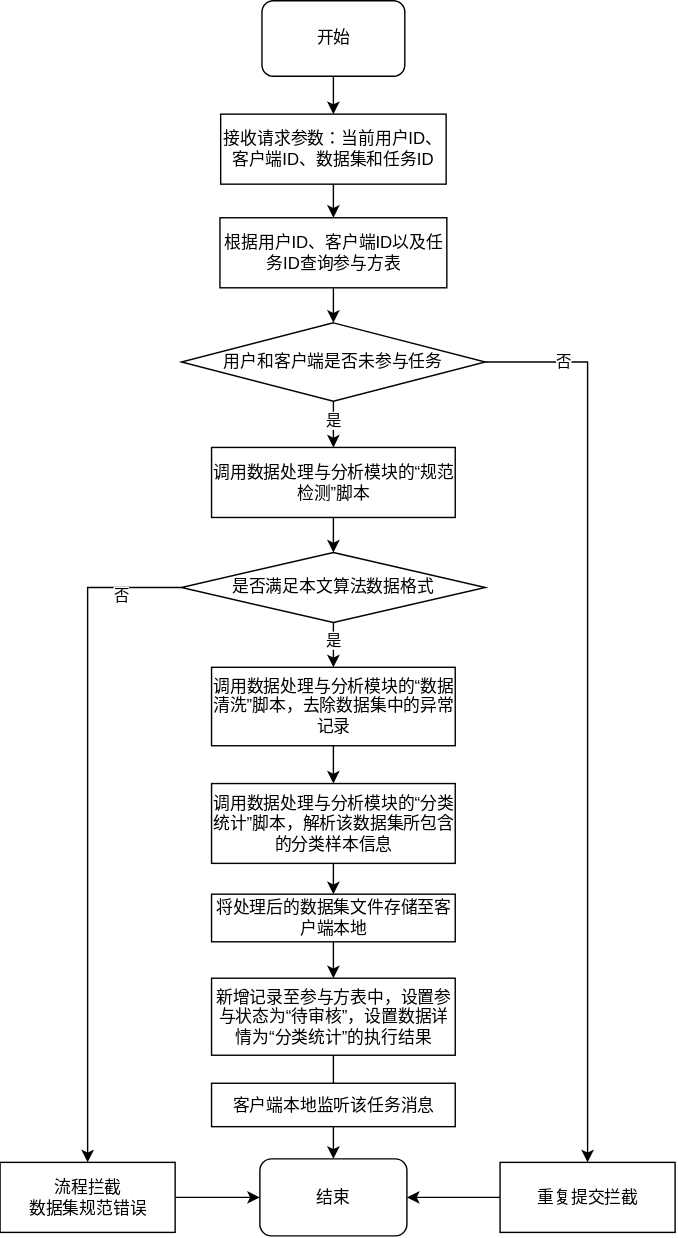
This is 任务参与申请流程图.svg from hiro942/drawio, a draw.io export, as it was before one commit. Source tidied: cells renumbered, new cells last; positions are measured from the earlier drawing's top-left corner, leaving out a move shared by most shapes.
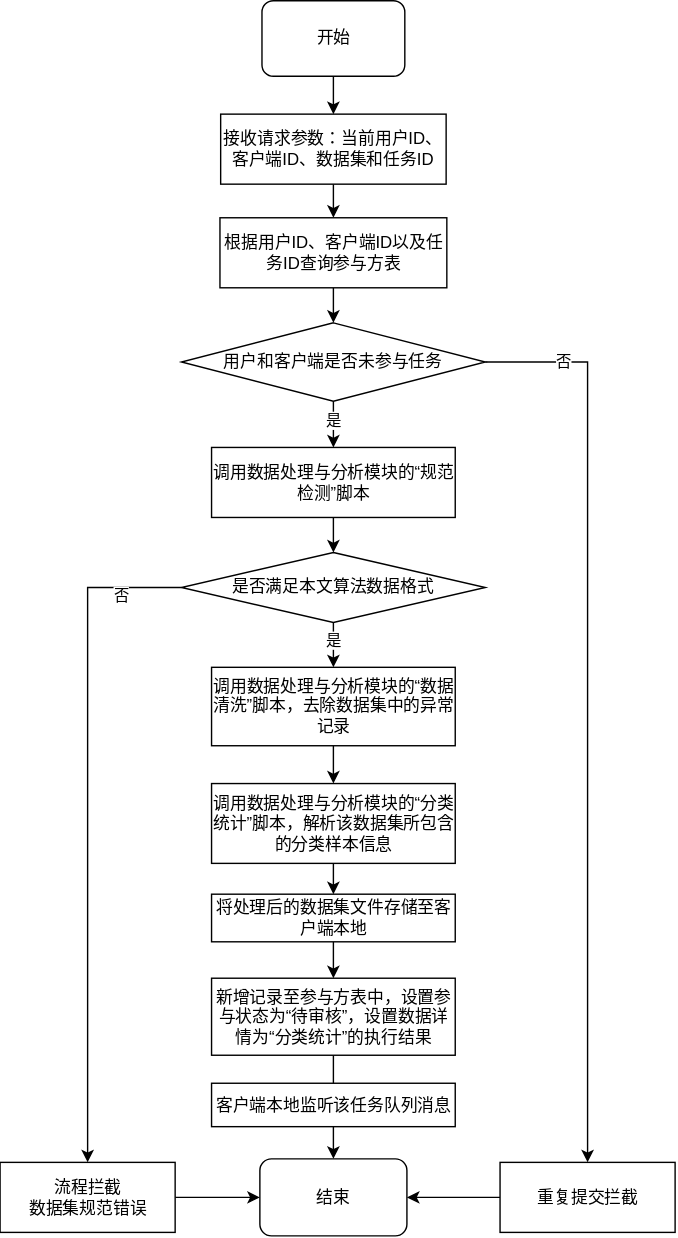
After the change.

Commit message:
更新任务参与申请流程图.svg

The edit, as a diff of the source:
```diff
@@ -103,7 +103,7 @@
     <mxCell id="32" value="&lt;div&gt;&lt;div class=&quot;old-record-id-LYtkdE1FtoSKePxL3vwcexsDnGe&quot;&gt;将处理后的数据集文件存储至客户端本地&lt;/div&gt;&lt;/div&gt;&lt;span class=&quot;lark-record-clipboard&quot; data-lark-record-data=&quot;{&amp;quot;rootId&amp;quot;:&amp;quot;FCLBd7RBto6u3Fx47O4cMPaInDf&amp;quot;,&amp;quot;text&amp;quot;:{&amp;quot;initialAttributedTexts&amp;quot;:{&amp;quot;text&amp;quot;:{&amp;quot;0&amp;quot;:&amp;quot;数据处理与分析模块的“分类统计”脚本，解析出该数据集所包含的分类样本信息，并将分类统计的结果更新至该参与方表记录中。&amp;quot;},&amp;quot;attribs&amp;quot;:{&amp;quot;0&amp;quot;:&amp;quot;*0+1m&amp;quot;}},&amp;quot;apool&amp;quot;:{&amp;quot;numToAttrib&amp;quot;:{&amp;quot;0&amp;quot;:[&amp;quot;author&amp;quot;,&amp;quot;7052668583788167170&amp;quot;]},&amp;quot;nextNum&amp;quot;:1}},&amp;quot;type&amp;quot;:&amp;quot;text&amp;quot;,&amp;quot;referenceRecordMap&amp;quot;:{},&amp;quot;extra&amp;quot;:{&amp;quot;mention_page_title&amp;quot;:{},&amp;quot;external_mention_url&amp;quot;:{}},&amp;quot;isKeepQuoteContainer&amp;quot;:false,&amp;quot;isFromCode&amp;quot;:false,&amp;quot;selection&amp;quot;:[{&amp;quot;id&amp;quot;:656,&amp;quot;type&amp;quot;:&amp;quot;text&amp;quot;,&amp;quot;selection&amp;quot;:{&amp;quot;start&amp;quot;:2,&amp;quot;end&amp;quot;:60},&amp;quot;recordId&amp;quot;:&amp;quot;LYtkdE1FtoSKePxL3vwcexsDnGe&amp;quot;}],&amp;quot;payloadMap&amp;quot;:{},&amp;quot;isCut&amp;quot;:false}&quot;&gt;&lt;/span&gt;" style="rounded=0;whiteSpace=wrap;html=1;" parent="1" vertex="1">
       <mxGeometry x="150.5" y="638" width="174" height="34" as="geometry" />
     </mxCell>
-    <mxCell id="33" value="&lt;div&gt;&lt;div class=&quot;old-record-id-LYtkdE1FtoSKePxL3vwcexsDnGe&quot;&gt;客户端本地监听该任务消息&lt;/div&gt;&lt;/div&gt;&lt;span class=&quot;lark-record-clipboard&quot; data-lark-record-data=&quot;{&amp;quot;rootId&amp;quot;:&amp;quot;FCLBd7RBto6u3Fx47O4cMPaInDf&amp;quot;,&amp;quot;text&amp;quot;:{&amp;quot;initialAttributedTexts&amp;quot;:{&amp;quot;text&amp;quot;:{&amp;quot;0&amp;quot;:&amp;quot;数据处理与分析模块的“分类统计”脚本，解析出该数据集所包含的分类样本信息，并将分类统计的结果更新至该参与方表记录中。&amp;quot;},&amp;quot;attribs&amp;quot;:{&amp;quot;0&amp;quot;:&amp;quot;*0+1m&amp;quot;}},&amp;quot;apool&amp;quot;:{&amp;quot;numToAttrib&amp;quot;:{&amp;quot;0&amp;quot;:[&amp;quot;author&amp;quot;,&amp;quot;7052668583788167170&amp;quot;]},&amp;quot;nextNum&amp;quot;:1}},&amp;quot;type&amp;quot;:&amp;quot;text&amp;quot;,&amp;quot;referenceRecordMap&amp;quot;:{},&amp;quot;extra&amp;quot;:{&amp;quot;mention_page_title&amp;quot;:{},&amp;quot;external_mention_url&amp;quot;:{}},&amp;quot;isKeepQuoteContainer&amp;quot;:false,&amp;quot;isFromCode&amp;quot;:false,&amp;quot;selection&amp;quot;:[{&amp;quot;id&amp;quot;:656,&amp;quot;type&amp;quot;:&amp;quot;text&amp;quot;,&amp;quot;selection&amp;quot;:{&amp;quot;start&amp;quot;:2,&amp;quot;end&amp;quot;:60},&amp;quot;recordId&amp;quot;:&amp;quot;LYtkdE1FtoSKePxL3vwcexsDnGe&amp;quot;}],&amp;quot;payloadMap&amp;quot;:{},&amp;quot;isCut&amp;quot;:false}&quot;&gt;&lt;/span&gt;" style="rounded=0;whiteSpace=wrap;html=1;" parent="1" vertex="1">
+    <mxCell id="33" value="&lt;div&gt;&lt;div class=&quot;old-record-id-LYtkdE1FtoSKePxL3vwcexsDnGe&quot;&gt;客户端本地监听该任务队列消息&lt;/div&gt;&lt;/div&gt;&lt;span class=&quot;lark-record-clipboard&quot; data-lark-record-data=&quot;{&amp;quot;rootId&amp;quot;:&amp;quot;FCLBd7RBto6u3Fx47O4cMPaInDf&amp;quot;,&amp;quot;text&amp;quot;:{&amp;quot;initialAttributedTexts&amp;quot;:{&amp;quot;text&amp;quot;:{&amp;quot;0&amp;quot;:&amp;quot;数据处理与分析模块的“分类统计”脚本，解析出该数据集所包含的分类样本信息，并将分类统计的结果更新至该参与方表记录中。&amp;quot;},&amp;quot;attribs&amp;quot;:{&amp;quot;0&amp;quot;:&amp;quot;*0+1m&amp;quot;}},&amp;quot;apool&amp;quot;:{&amp;quot;numToAttrib&amp;quot;:{&amp;quot;0&amp;quot;:[&amp;quot;author&amp;quot;,&amp;quot;7052668583788167170&amp;quot;]},&amp;quot;nextNum&amp;quot;:1}},&amp;quot;type&amp;quot;:&amp;quot;text&amp;quot;,&amp;quot;referenceRecordMap&amp;quot;:{},&amp;quot;extra&amp;quot;:{&amp;quot;mention_page_title&amp;quot;:{},&amp;quot;external_mention_url&amp;quot;:{}},&amp;quot;isKeepQuoteContainer&amp;quot;:false,&amp;quot;isFromCode&amp;quot;:false,&amp;quot;selection&amp;quot;:[{&amp;quot;id&amp;quot;:656,&amp;quot;type&amp;quot;:&amp;quot;text&amp;quot;,&amp;quot;selection&amp;quot;:{&amp;quot;start&amp;quot;:2,&amp;quot;end&amp;quot;:60},&amp;quot;recordId&amp;quot;:&amp;quot;LYtkdE1FtoSKePxL3vwcexsDnGe&amp;quot;}],&amp;quot;payloadMap&amp;quot;:{},&amp;quot;isCut&amp;quot;:false}&quot;&gt;&lt;/span&gt;" style="rounded=0;whiteSpace=wrap;html=1;" parent="1" vertex="1">
       <mxGeometry x="150.5" y="773" width="174" height="31" as="geometry" />
     </mxCell>
   </root>
```
